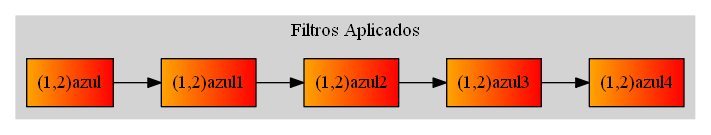
Before: listaD.png, a diagram exported from Graphviz (Tiago-130414/EDD_2S2019_PY1_201313722). Its source is kept beside it as listaD.dot. The source it was exported from:
```dot
digraph arbol
{
	rankdir=LR;
	graph [nodesep=0.3];
	subgraph cluster_0{
	style=filled;
	color=lightgrey;
	labelloc=t;
	node [shape = record, style="filled"fillcolor="orange:red",width=0.7,height=0.5];

	NodoazulX1Y2[label="{(1,2)azul}"];
	Nodoazul1X1Y2[label="{(1,2)azul1}"];
	Nodoazul2X1Y2[label="{(1,2)azul2}"];
	Nodoazul3X1Y2[label="{(1,2)azul3}"];
	Nodoazul4X1Y2[label="{(1,2)azul4}"];


	NodoazulX1Y2->Nodoazul1X1Y2;
	Nodoazul1X1Y2->Nodoazul2X1Y2;
	Nodoazul2X1Y2->Nodoazul3X1Y2;
	Nodoazul3X1Y2->Nodoazul4X1Y2;


	label="Filtros Aplicados";


	}
}
```
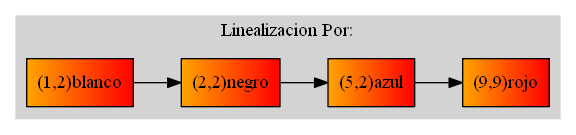
The same file after the commit.

Diff of the diagram source:
```diff
@@ -8,20 +8,18 @@
 	labelloc=t;
 	node [shape = record, style="filled"fillcolor="orange:red",width=0.7,height=0.5];
 
-	NodoazulX1Y2[label="{(1,2)azul}"];
-	Nodoazul1X1Y2[label="{(1,2)azul1}"];
-	Nodoazul2X1Y2[label="{(1,2)azul2}"];
-	Nodoazul3X1Y2[label="{(1,2)azul3}"];
-	Nodoazul4X1Y2[label="{(1,2)azul4}"];
+	NodoblancoX1Y2[label="{(1,2)blanco}"];
+	NodonegroX2Y2[label="{(2,2)negro}"];
+	NodoazulX5Y2[label="{(5,2)azul}"];
+	NodorojoX9Y9[label="{(9,9)rojo}"];
 
 
-	NodoazulX1Y2->Nodoazul1X1Y2;
-	Nodoazul1X1Y2->Nodoazul2X1Y2;
-	Nodoazul2X1Y2->Nodoazul3X1Y2;
-	Nodoazul3X1Y2->Nodoazul4X1Y2;
+	NodoblancoX1Y2->NodonegroX2Y2;
+	NodonegroX2Y2->NodoazulX5Y2;
+	NodoazulX5Y2->NodorojoX9Y9;
 
 
-	label="Filtros Aplicados";
+	label="Linealizacion Por:";
 
 
 	}
```
